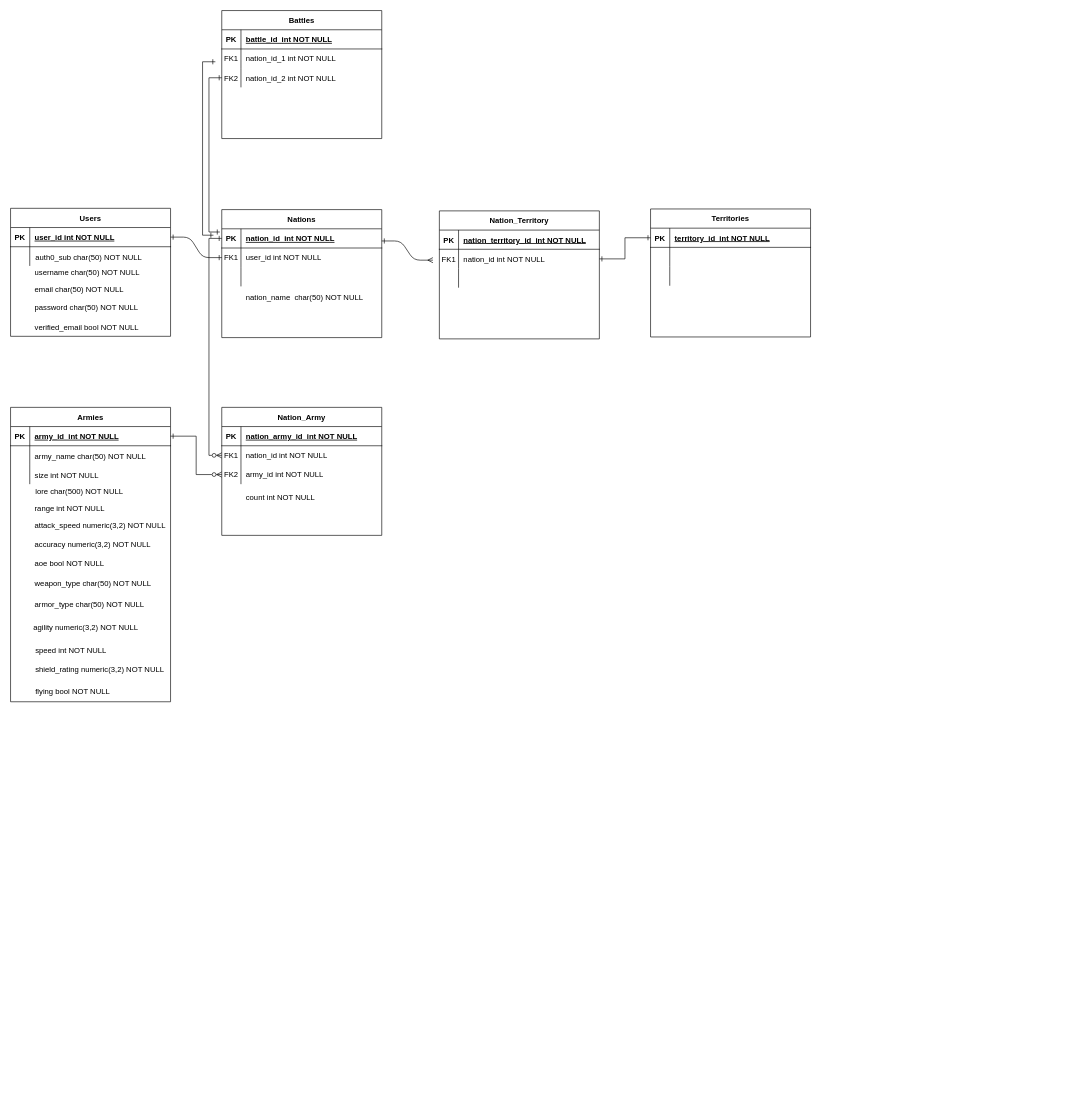
This is schema_design.drawio from Brysonmk1984/aa-server, a draw.io file, before an edit. Source tidied: cells renumbered, new cells numbered last; positions are measured from the earlier drawing's top-left corner, leaving out a move shared by most shapes. Both pictures are drawn from the tidied source at 64%, with x=0, y=0 at pixel (10, 10).
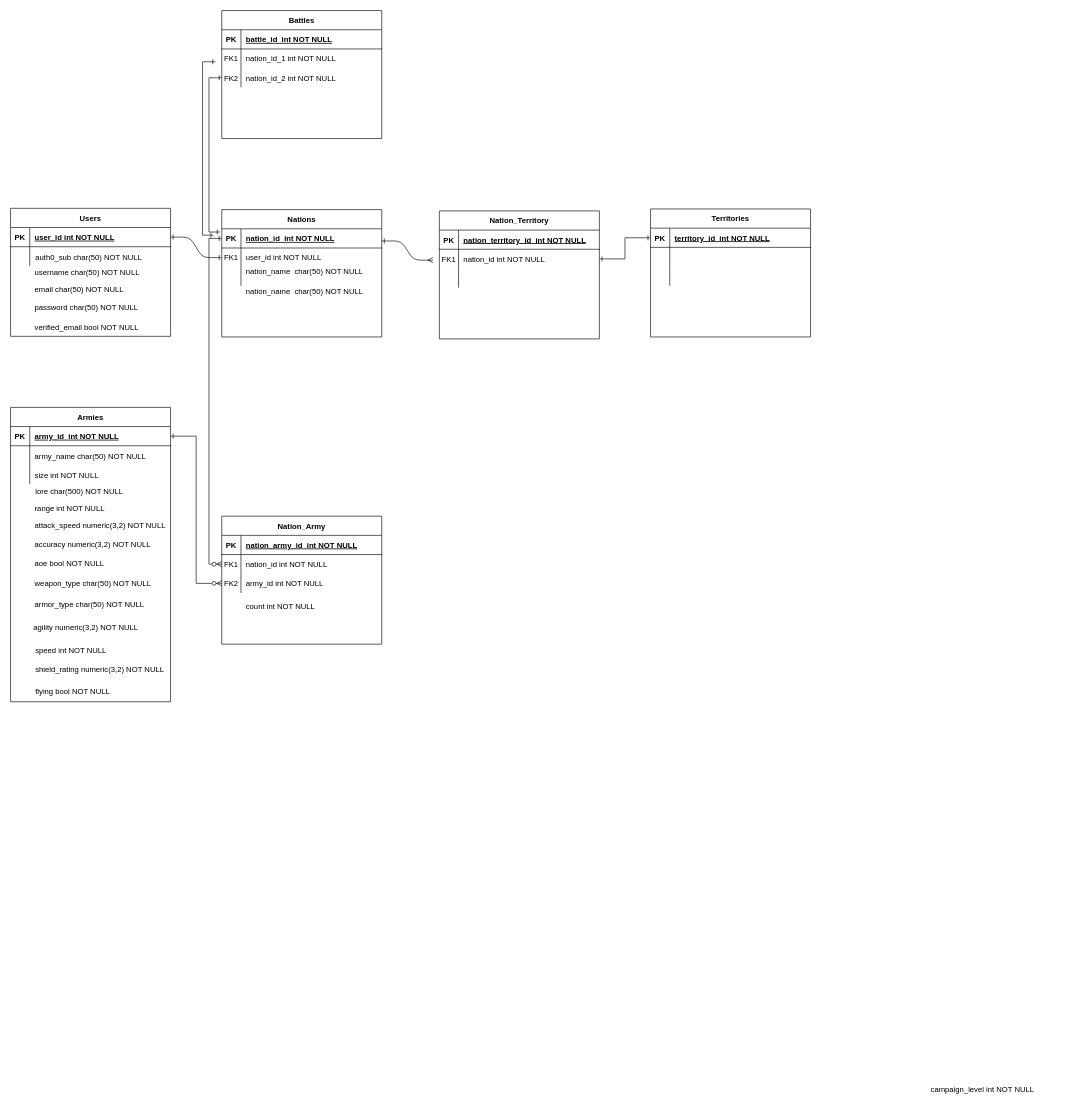
After the change.

What changed in the source:
```diff
@@
     <mxCell id="3" value="Nations" style="shape=table;startSize=30;childLayout=tableLayout;rowLines=0;fontStyle=1;align=center;" parent="1" vertex="1">
-      <mxGeometry x="330" y="311" width="250" height="200" as="geometry" />
+      <mxGeometry x="330" y="311" width="250" height="199" as="geometry" />
     </mxCell>
@@
     <mxCell id="10" style="shape=partialRectangle;fillColor=none;top=0;left=0;right=0;bottom=0;" parent="3" vertex="1">
-      <mxGeometry y="90" width="250" height="30" as="geometry" />
+      <mxGeometry y="90" width="250" height="29" as="geometry" />
     </mxCell>
     <mxCell id="11" style="shape=partialRectangle;overflow=hidden;fillColor=none;top=0;left=0;bottom=0;right=0;" parent="10" vertex="1">
-      <mxGeometry width="30" height="30" as="geometry" />
+      <mxGeometry width="30" height="29" as="geometry" />
     </mxCell>
     <mxCell id="12" style="shape=partialRectangle;overflow=hidden;fillColor=none;top=0;left=0;bottom=0;right=0;align=left;spacingLeft=6;" parent="10" vertex="1">
-      <mxGeometry x="30" width="220" height="30" as="geometry" />
+      <mxGeometry x="30" width="220" height="29" as="geometry" />
     </mxCell>
@@
     <mxCell id="23" value="Nation_Army" style="shape=table;startSize=30;childLayout=tableLayout;rowLines=0;fontStyle=1;align=center;" parent="1" vertex="1">
-      <mxGeometry x="330" y="620" width="250" height="200" as="geometry" />
+      <mxGeometry x="330" y="790" width="250" height="200" as="geometry" />
     </mxCell>
@@
     <mxCell id="45" value="army_id int NOT NULL" style="shape=partialRectangle;overflow=hidden;fillColor=none;top=0;left=0;bottom=0;right=0;align=left;spacingLeft=6;" parent="1" vertex="1">
-      <mxGeometry x="360" y="710" width="220" height="30" as="geometry" />
+      <mxGeometry x="360" y="880" width="220" height="30" as="geometry" />
     </mxCell>
@@
     <mxCell id="49" value="count int NOT NULL" style="shape=partialRectangle;overflow=hidden;fillColor=none;top=0;left=0;bottom=0;right=0;align=left;spacingLeft=6;" parent="1" vertex="1">
-      <mxGeometry x="360" y="745" width="220" height="30" as="geometry" />
+      <mxGeometry x="360" y="915" width="220" height="30" as="geometry" />
     </mxCell>
@@
     <mxCell id="81" value="nation_name  char(50) NOT NULL" style="shape=partialRectangle;overflow=hidden;fillColor=none;top=0;left=0;bottom=0;right=0;align=left;spacingLeft=6;" parent="1" vertex="1">
-      <mxGeometry x="360" y="432" width="220" height="30" as="geometry" />
+      <mxGeometry x="360" y="392" width="220" height="30" as="geometry" />
     </mxCell>
@@
+    <mxCell id="98" value="campaign_level int NOT NULL" style="shape=partialRectangle;overflow=hidden;fillColor=none;top=0;left=0;bottom=0;right=0;align=left;spacingLeft=6;" parent="1" vertex="1">
+      <mxGeometry x="1430" y="1670" width="220" height="30" as="geometry" />
+    </mxCell>
+    <mxCell id="99" value="nation_name  char(50) NOT NULL" style="shape=partialRectangle;overflow=hidden;fillColor=none;top=0;left=0;bottom=0;right=0;align=left;spacingLeft=6;" parent="1" vertex="1">
+      <mxGeometry x="360" y="424" width="220" height="30" as="geometry" />
+    </mxCell>
```
